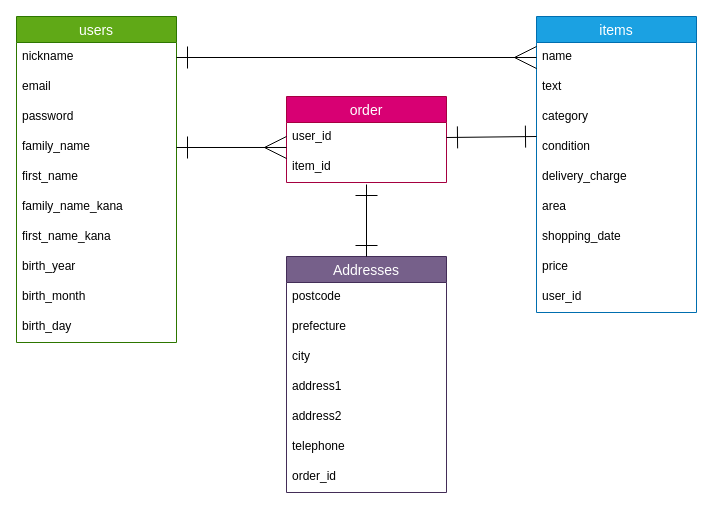
Before: er.dio in mocchirihamu/furima-39052, a draw.io diagram. Source tidied: cells renumbered, new cells numbered last; positions are measured from the earlier drawing's top-left corner, leaving out a move shared by most shapes. Both pictures are drawn from the tidied source at 100%, with x=0, y=0 at pixel (16, 16).
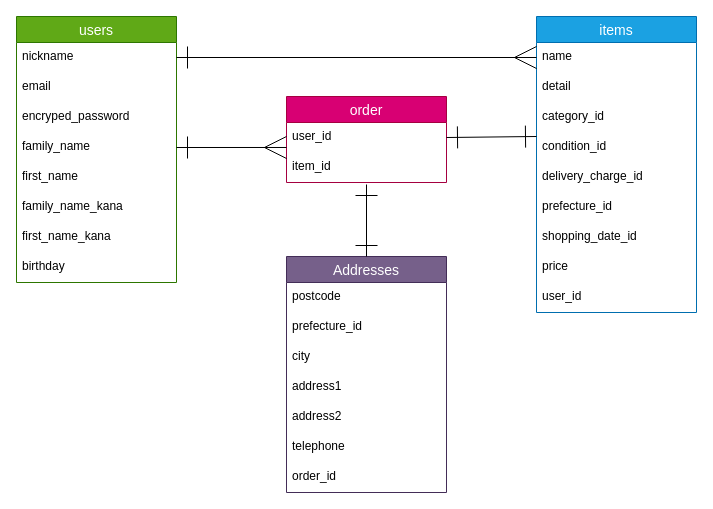
The same page after the edit.

Commit message (it also covers changes not shown here):
データベース設計・修正後

The change refers to these unchanged cells:
```xml
<mxCell id="13" value="items" style="swimlane;fontStyle=0;horizontal=1;startSize=26;align=center;fontSize=14;fillColor=#1ba1e2;fontColor=#ffffff;strokeColor=#006EAF;" parent="1" vertex="1">
  <mxGeometry x="520" width="160" height="296" as="geometry" />
</mxCell>
<mxCell id="26" value="Addresses" style="swimlane;fontStyle=0;horizontal=1;startSize=26;align=center;fontSize=14;fillColor=#76608a;fontColor=#ffffff;strokeColor=#432D57;" parent="1" vertex="1">
  <mxGeometry x="270" y="240" width="160" height="236" as="geometry" />
</mxCell>
```

Change to the diagram source:
```diff
@@
     <mxCell id="2" value="users" style="swimlane;fontStyle=0;horizontal=1;startSize=26;align=center;fontSize=14;fillColor=#60a917;fontColor=#ffffff;strokeColor=#2D7600;" parent="1" vertex="1">
-      <mxGeometry width="160" height="326" as="geometry" />
+      <mxGeometry width="160" height="266" as="geometry" />
     </mxCell>
@@
-    <mxCell id="5" value="password" style="text;strokeColor=none;fillColor=none;spacingLeft=4;spacingRight=4;overflow=hidden;fontSize=12;" parent="2" vertex="1">
+    <mxCell id="5" value="encryped_password" style="text;strokeColor=none;fillColor=none;spacingLeft=4;spacingRight=4;overflow=hidden;fontSize=12;" parent="2" vertex="1">
       <mxGeometry y="86" width="160" height="30" as="geometry" />
     </mxCell>
@@
-    <mxCell id="10" value="birth_year" style="text;strokeColor=none;fillColor=none;spacingLeft=4;spacingRight=4;overflow=hidden;fontSize=12;" parent="2" vertex="1">
-      <mxGeometry y="236" width="160" height="30" as="geometry" />
-    </mxCell>
-    <mxCell id="11" value="birth_month" style="text;strokeColor=none;fillColor=none;spacingLeft=4;spacingRight=4;overflow=hidden;fontSize=12;" parent="2" vertex="1">
-      <mxGeometry y="266" width="160" height="30" as="geometry" />
-    </mxCell>
-    <mxCell id="12" value="birth_day" style="text;strokeColor=none;fillColor=none;spacingLeft=4;spacingRight=4;overflow=hidden;fontSize=12;" parent="2" vertex="1">
-      <mxGeometry y="296" width="160" height="30" as="geometry" />
+    <mxCell id="12" value="birthday" style="text;strokeColor=none;fillColor=none;spacingLeft=4;spacingRight=4;overflow=hidden;fontSize=12;" parent="2" vertex="1">
+      <mxGeometry y="236" width="160" height="30" as="geometry" />
     </mxCell>
@@
-    <mxCell id="15" value="text" style="text;strokeColor=none;fillColor=none;spacingLeft=4;spacingRight=4;overflow=hidden;fontSize=12;" parent="13" vertex="1">
+    <mxCell id="15" value="detail" style="text;strokeColor=none;fillColor=none;spacingLeft=4;spacingRight=4;overflow=hidden;fontSize=12;" parent="13" vertex="1">
       <mxGeometry y="56" width="160" height="30" as="geometry" />
     </mxCell>
-    <mxCell id="16" value="category" style="text;strokeColor=none;fillColor=none;spacingLeft=4;spacingRight=4;overflow=hidden;fontSize=12;" parent="13" vertex="1">
+    <mxCell id="16" value="category_id" style="text;strokeColor=none;fillColor=none;spacingLeft=4;spacingRight=4;overflow=hidden;fontSize=12;" parent="13" vertex="1">
       <mxGeometry y="86" width="160" height="30" as="geometry" />
     </mxCell>
-    <mxCell id="17" value="condition" style="text;strokeColor=none;fillColor=none;spacingLeft=4;spacingRight=4;overflow=hidden;fontSize=12;" parent="13" vertex="1">
+    <mxCell id="17" value="condition_id" style="text;strokeColor=none;fillColor=none;spacingLeft=4;spacingRight=4;overflow=hidden;fontSize=12;" parent="13" vertex="1">
       <mxGeometry y="116" width="160" height="30" as="geometry" />
     </mxCell>
-    <mxCell id="18" value="delivery_charge" style="text;strokeColor=none;fillColor=none;spacingLeft=4;spacingRight=4;overflow=hidden;fontSize=12;" parent="13" vertex="1">
+    <mxCell id="18" value="delivery_charge_id" style="text;strokeColor=none;fillColor=none;spacingLeft=4;spacingRight=4;overflow=hidden;fontSize=12;" parent="13" vertex="1">
       <mxGeometry y="146" width="160" height="30" as="geometry" />
     </mxCell>
-    <mxCell id="19" value="area" style="text;strokeColor=none;fillColor=none;spacingLeft=4;spacingRight=4;overflow=hidden;fontSize=12;" parent="13" vertex="1">
+    <mxCell id="19" value="prefecture_id" style="text;strokeColor=none;fillColor=none;spacingLeft=4;spacingRight=4;overflow=hidden;fontSize=12;" parent="13" vertex="1">
       <mxGeometry y="176" width="160" height="30" as="geometry" />
     </mxCell>
-    <mxCell id="20" value="shopping_date" style="text;strokeColor=none;fillColor=none;spacingLeft=4;spacingRight=4;overflow=hidden;fontSize=12;labelBorderColor=none;strokeWidth=1;verticalAlign=top;" parent="13" vertex="1">
+    <mxCell id="20" value="shopping_date_id" style="text;strokeColor=none;fillColor=none;spacingLeft=4;spacingRight=4;overflow=hidden;fontSize=12;labelBorderColor=none;strokeWidth=1;verticalAlign=top;" parent="13" vertex="1">
       <mxGeometry y="206" width="160" height="30" as="geometry" />
     </mxCell>
@@
-    <mxCell id="28" value="prefecture" style="text;strokeColor=none;fillColor=none;spacingLeft=4;spacingRight=4;overflow=hidden;fontSize=12;" parent="26" vertex="1">
+    <mxCell id="28" value="prefecture_id" style="text;strokeColor=none;fillColor=none;spacingLeft=4;spacingRight=4;overflow=hidden;fontSize=12;" parent="26" vertex="1">
       <mxGeometry y="56" width="160" height="30" as="geometry" />
     </mxCell>
```
